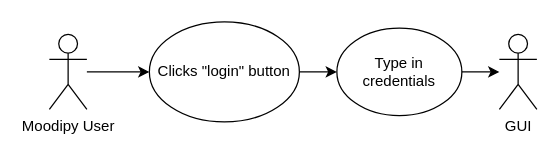
Before: Diagrams/Use case/use_case_GUI_user_login.drawio in stpilks99/moodipy, a draw.io diagram. Source tidied: cells renumbered, new cells numbered last; positions are measured from the earlier drawing's top-left corner, leaving out a move shared by most shapes. Both pictures are drawn from the tidied source at 125%, with x=0, y=0 at pixel (49, 21).
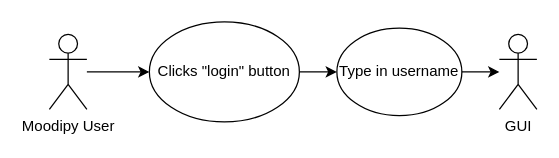
Above is the later version.

The edit, as a diff of the source:
```diff
@@
 <mxGraphModel>
   <root>
     <mxCell id="0" />
     <mxCell id="1" parent="0" />
     <mxCell id="2" value="Moodipy User" style="shape=umlActor;verticalLabelPosition=bottom;labelBackgroundColor=#ffffff;verticalAlign=top;html=1;" parent="1" vertex="1">
       <mxGeometry y="10" width="30" height="60" as="geometry" />
     </mxCell>
     <mxCell id="3" value="GUI" style="shape=umlActor;verticalLabelPosition=bottom;labelBackgroundColor=#ffffff;verticalAlign=top;html=1;outlineConnect=0;" parent="1" vertex="1">
       <mxGeometry x="360" y="10" width="30" height="60" as="geometry" />
     </mxCell>
     <mxCell id="4" style="edgeStyle=orthogonalEdgeStyle;rounded=0;jettySize=auto;html=1;" parent="1" edge="1" source="5" target="7">
       <mxGeometry relative="1" as="geometry" />
     </mxCell>
     <mxCell id="5" value="Clicks &quot;login&quot; button" style="ellipse;whiteSpace=wrap;html=1;" parent="1" vertex="1">
       <mxGeometry x="80" width="120" height="80" as="geometry" />
     </mxCell>
     <mxCell id="6" style="endArrow=classic;html=1;entryX=0;entryY=0.5;entryDx=0;entryDy=0;" parent="1" edge="1" target="5">
       <mxGeometry relative="1" as="geometry">
         <mxPoint x="30" y="40" as="sourcePoint" />
       </mxGeometry>
     </mxCell>
-    <mxCell id="7" value="Type in credentials" style="ellipse;whiteSpace=wrap;html=1;" parent="1" vertex="1">
+    <mxCell id="7" value="Type in username" style="ellipse;whiteSpace=wrap;html=1;" parent="1" vertex="1">
       <mxGeometry x="230" y="5" width="100" height="70" as="geometry" />
     </mxCell>
     <mxCell id="8" style="endArrow=classic;html=1;exitX=1;exitY=0.5;exitDx=0;exitDy=0;" parent="1" edge="1" source="7" target="3">
       <mxGeometry relative="1" as="geometry" />
     </mxCell>
   </root>
 </mxGraphModel>
```
